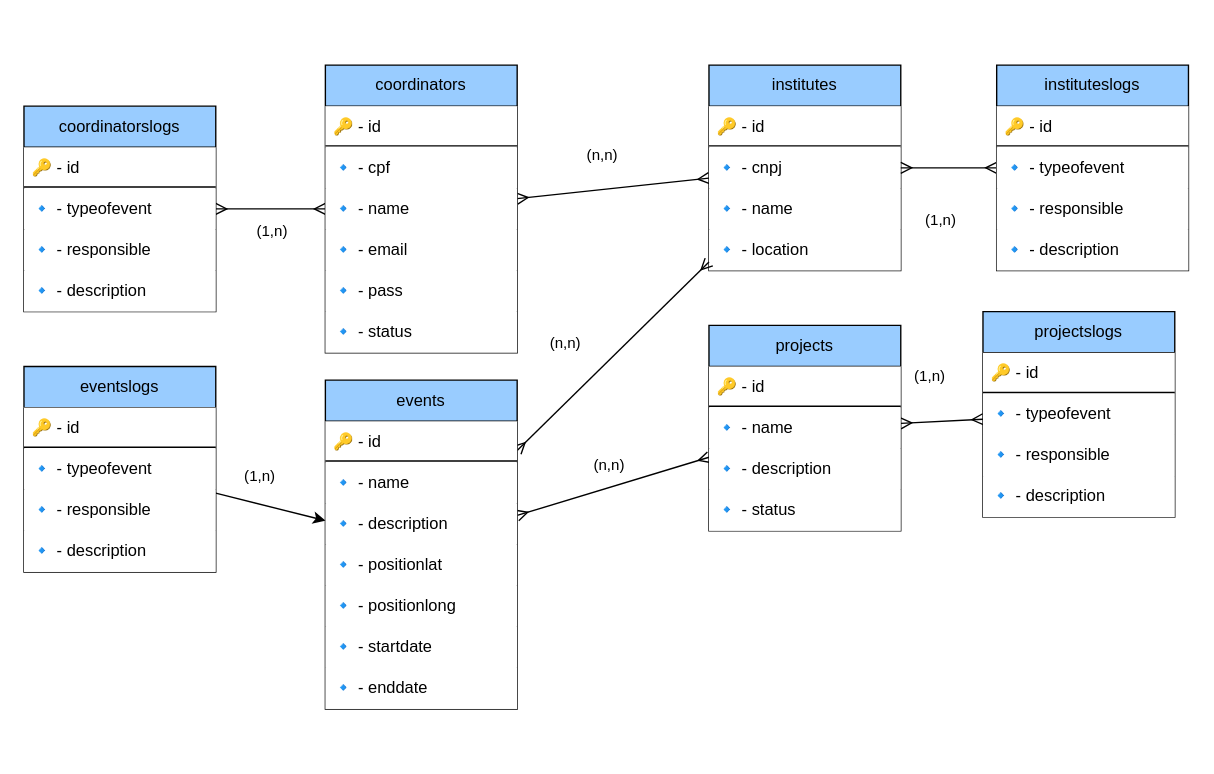
This is page "Banco-Institucional" (2 of 3) of Diagrama/ModeloEntidadeRelacionamento/Banco.dio from FairTechVote/Documentation, a draw.io file, before an edit. Source tidied: cells renumbered, new cells numbered last; positions are measured from the earlier drawing's top-left corner, leaving out a move shared by most shapes. Both pictures are drawn from the tidied source at 137%, with x=0, y=0 at pixel (23, 64).
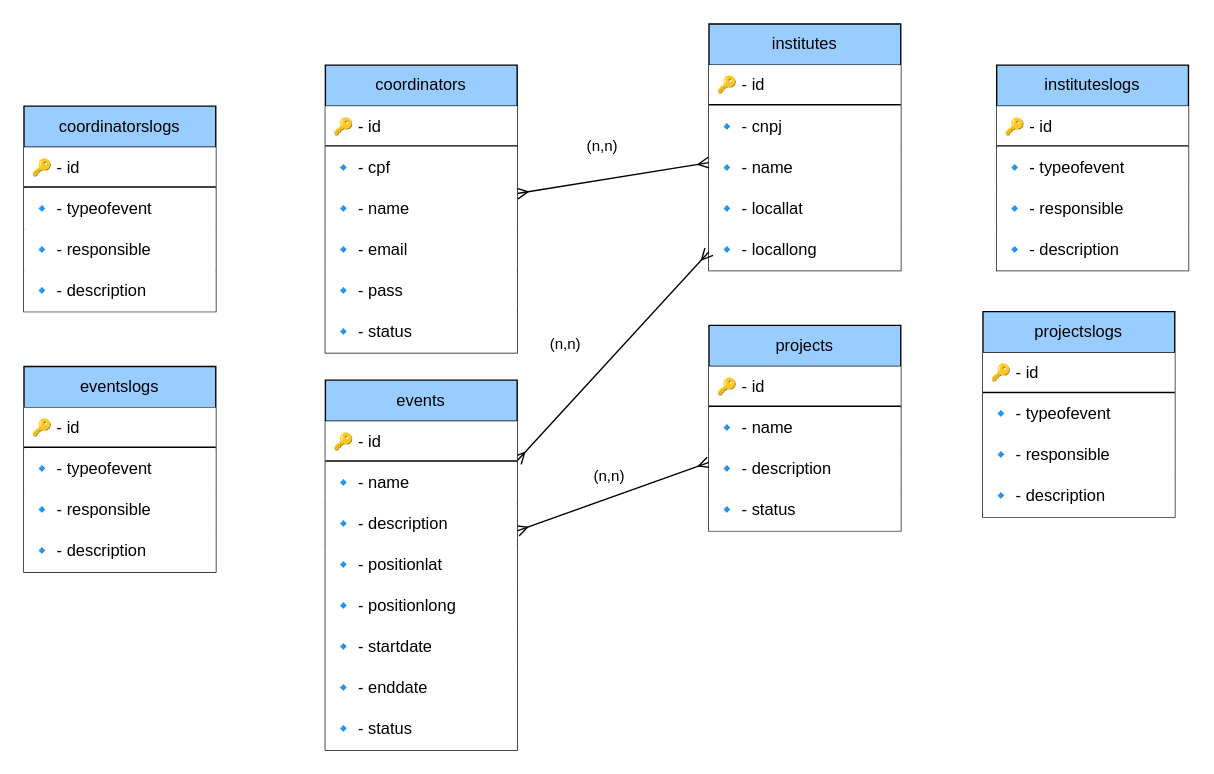
The same diagram, later.

Unchanged cells that the change refers to:
```xml
<mxCell id="6" value="coordinators" style="swimlane;fontStyle=0;horizontal=1;startSize=30;whiteSpace=wrap;html=1;fillColor=#99CCFF;" parent="1" vertex="1">
  <mxGeometry x="220" width="140" height="210" as="geometry" />
</mxCell>
<mxCell id="35" value="projects" style="swimlane;fontStyle=0;horizontal=1;startSize=30;whiteSpace=wrap;html=1;fillColor=#99CCFF;" parent="1" vertex="1">
  <mxGeometry x="500" y="190" width="140" height="150" as="geometry" />
</mxCell>
<mxCell id="41" value="projectslogs" style="swimlane;fontStyle=0;horizontal=1;startSize=30;whiteSpace=wrap;html=1;fillColor=#99CCFF;" parent="1" vertex="1">
  <mxGeometry x="700" y="180" width="140" height="150" as="geometry" />
</mxCell>
<mxCell id="49" value="eventslogs" style="swimlane;fontStyle=0;horizontal=1;startSize=30;whiteSpace=wrap;html=1;fillColor=#99CCFF;" parent="1" vertex="1">
  <mxGeometry y="220" width="140" height="150" as="geometry" />
</mxCell>
<mxCell id="55" value="coordinatorslogs" style="swimlane;fontStyle=0;horizontal=1;startSize=30;whiteSpace=wrap;html=1;fillColor=#99CCFF;" parent="1" vertex="1">
  <mxGeometry y="30" width="140" height="150" as="geometry" />
</mxCell>
<mxCell id="63" value="instituteslogs" style="swimlane;fontStyle=0;horizontal=1;startSize=30;whiteSpace=wrap;html=1;fillColor=#99CCFF;" parent="1" vertex="1">
  <mxGeometry x="710" width="140" height="150" as="geometry" />
</mxCell>
```

What changed in the source:
```diff
@@
-    <mxCell id="4" style="edgeStyle=none;html=1;endArrow=ERmany;endFill=0;startArrow=ERmany;startFill=0;" parent="1" edge="1" source="6" target="55">
-      <mxGeometry relative="1" as="geometry" />
-    </mxCell>
-    <mxCell id="5" value="(1,n)" style="edgeLabel;html=1;align=center;verticalAlign=middle;" parent="4" vertex="1">
-      <mxGeometry x="-0.21" y="-1" relative="1" as="geometry">
-        <mxPoint x="-8" y="16" as="offset" />
-      </mxGeometry>
-    </mxCell>
@@
     <mxCell id="14" value="institutes" style="swimlane;fontStyle=0;horizontal=1;startSize=30;whiteSpace=wrap;html=1;fillColor=#99CCFF;" parent="1" vertex="1">
-      <mxGeometry x="500" width="140" height="150" as="geometry" />
+      <mxGeometry x="500" y="-30" width="140" height="180" as="geometry" />
     </mxCell>
@@
-    <mxCell id="19" value="🔹&amp;nbsp;- location" style="text;strokeColor=none;fillColor=default;align=left;verticalAlign=middle;spacingLeft=4;spacingRight=4;overflow=hidden;whiteSpace=wrap;html=1;" parent="14" vertex="1">
+    <mxCell id="19" value="🔹&amp;nbsp;- locallat" style="text;strokeColor=none;fillColor=default;align=left;verticalAlign=middle;spacingLeft=4;spacingRight=4;overflow=hidden;whiteSpace=wrap;html=1;" parent="14" vertex="1">
       <mxGeometry y="120" width="140" height="30" as="geometry" />
     </mxCell>
+    <mxCell id="69" value="🔹&amp;nbsp;- locallong" style="text;strokeColor=none;fillColor=default;align=left;verticalAlign=middle;spacingLeft=4;spacingRight=4;overflow=hidden;whiteSpace=wrap;html=1;" parent="14" vertex="1">
+      <mxGeometry y="150" width="140" height="30" as="geometry" />
+    </mxCell>
@@
     <mxCell id="24" value="events" style="swimlane;fontStyle=0;horizontal=1;startSize=30;whiteSpace=wrap;html=1;fillColor=#99CCFF;" parent="1" vertex="1">
-      <mxGeometry x="220" y="230" width="140" height="240" as="geometry" />
+      <mxGeometry x="220" y="230" width="140" height="270" as="geometry" />
     </mxCell>
@@
-    <mxCell id="33" style="edgeStyle=none;html=1;endArrow=ERmany;endFill=0;startArrow=ERmany;startFill=0;" parent="1" edge="1" source="35" target="41">
-      <mxGeometry relative="1" as="geometry" />
-    </mxCell>
-    <mxCell id="34" value="(1,n)" style="edgeLabel;html=1;align=center;verticalAlign=middle;" parent="33" vertex="1">
-      <mxGeometry x="0.49" relative="1" as="geometry">
-        <mxPoint x="-24" y="-33" as="offset" />
-      </mxGeometry>
-    </mxCell>
+    <mxCell id="70" value="🔹&amp;nbsp;- status" style="text;strokeColor=none;fillColor=default;align=left;verticalAlign=middle;spacingLeft=4;spacingRight=4;overflow=hidden;whiteSpace=wrap;html=1;" parent="24" vertex="1">
+      <mxGeometry y="240" width="140" height="30" as="geometry" />
+    </mxCell>
@@
-    <mxCell id="47" style="edgeStyle=none;html=1;" parent="1" edge="1" source="49" target="24">
-      <mxGeometry relative="1" as="geometry" />
-    </mxCell>
-    <mxCell id="48" value="(1,n)" style="edgeLabel;html=1;align=center;verticalAlign=middle;" parent="47" vertex="1">
-      <mxGeometry x="-0.17" y="-5" relative="1" as="geometry">
-        <mxPoint y="-26" as="offset" />
-      </mxGeometry>
-    </mxCell>
@@
-    <mxCell id="61" style="edgeStyle=none;html=1;endArrow=ERmany;endFill=0;startArrow=ERmany;startFill=0;" parent="1" edge="1" source="63" target="14">
-      <mxGeometry relative="1" as="geometry" />
-    </mxCell>
-    <mxCell id="62" value="(1,n)" style="edgeLabel;html=1;align=center;verticalAlign=middle;" parent="61" vertex="1">
-      <mxGeometry x="0.2" y="2" relative="1" as="geometry">
-        <mxPoint y="35" as="offset" />
-      </mxGeometry>
-    </mxCell>
```
